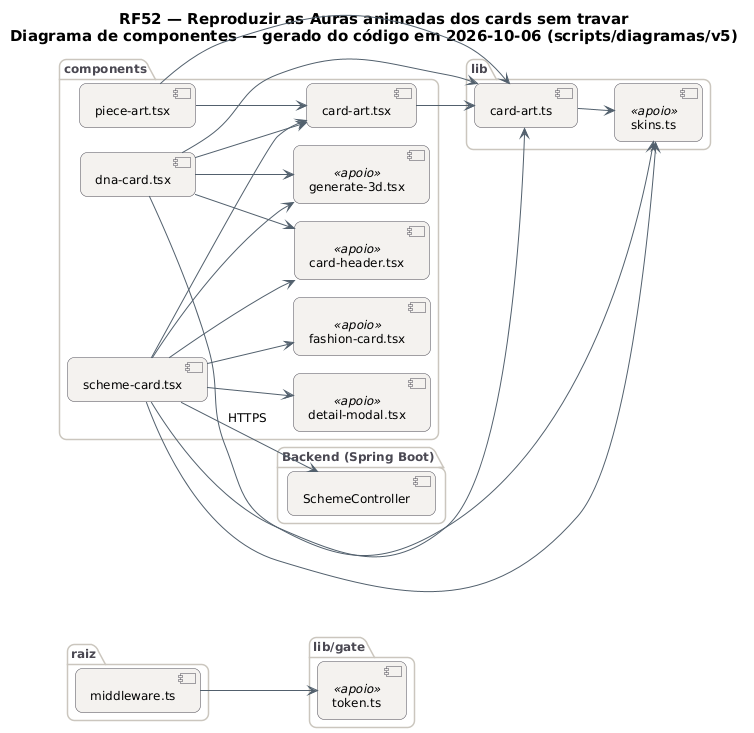
MatheusHaliski/tcc-2026-fashion-ai-backend keeps this PlantUML diagram as docs/diagramas/RF52/RF52_Componentes.png. Above is the earlier version.
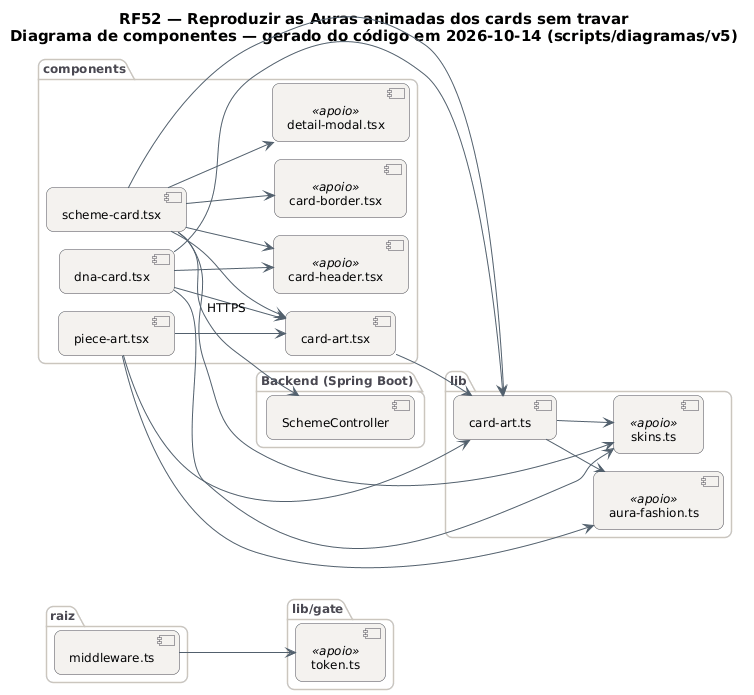
After the commit.

Change to the diagram source:
```diff
@@ -29,13 +29,14 @@
   BorderColor #4A4852
 }
 left to right direction
-title RF52 — Reproduzir as Auras animadas dos cards sem travar\nDiagrama de componentes — gerado do código em 2026-10-06 (scripts/diagramas/v5)
+title RF52 — Reproduzir as Auras animadas dos cards sem travar\nDiagrama de componentes — gerado do código em 2026-10-14 (scripts/diagramas/v5)
 
 package "raiz" {
   component "middleware.ts" as m_middleware_ts
 }
 package "lib" {
   component "card-art.ts" as m_lib_card_art_ts
+  component "aura-fashion.ts" as m_lib_aura_fashion_ts <<apoio>>
   component "skins.ts" as m_lib_skins_ts <<apoio>>
 }
 package "components" {
@@ -43,10 +44,9 @@
   component "scheme-card.tsx" as m_components_scheme_card_tsx
   component "dna-card.tsx" as m_components_dna_card_tsx
   component "piece-art.tsx" as m_components_piece_art_tsx
+  component "card-border.tsx" as m_components_card_border_tsx <<apoio>>
   component "card-header.tsx" as m_components_card_header_tsx <<apoio>>
   component "detail-modal.tsx" as m_components_detail_modal_tsx <<apoio>>
-  component "fashion-card.tsx" as m_components_fashion_card_tsx <<apoio>>
-  component "generate-3d.tsx" as m_components_generate_3d_tsx <<apoio>>
 }
 package "lib/gate" {
   component "token.ts" as m_lib_gate_token_ts <<apoio>>
@@ -57,19 +57,19 @@
 m_components_card_art_tsx --> m_lib_card_art_ts
 m_components_dna_card_tsx --> m_components_card_art_tsx
 m_components_dna_card_tsx --> m_components_card_header_tsx
-m_components_dna_card_tsx --> m_components_generate_3d_tsx
 m_components_dna_card_tsx --> m_lib_card_art_ts
 m_components_dna_card_tsx --> m_lib_skins_ts
 m_components_piece_art_tsx --> m_components_card_art_tsx
+m_components_piece_art_tsx --> m_lib_aura_fashion_ts
 m_components_piece_art_tsx --> m_lib_card_art_ts
 m_components_scheme_card_tsx --> SchemeController : HTTPS
 m_components_scheme_card_tsx --> m_components_card_art_tsx
+m_components_scheme_card_tsx --> m_components_card_border_tsx
 m_components_scheme_card_tsx --> m_components_card_header_tsx
 m_components_scheme_card_tsx --> m_components_detail_modal_tsx
-m_components_scheme_card_tsx --> m_components_fashion_card_tsx
-m_components_scheme_card_tsx --> m_components_generate_3d_tsx
 m_components_scheme_card_tsx --> m_lib_card_art_ts
 m_components_scheme_card_tsx --> m_lib_skins_ts
+m_lib_card_art_ts --> m_lib_aura_fashion_ts
 m_lib_card_art_ts --> m_lib_skins_ts
 m_middleware_ts --> m_lib_gate_token_ts
 @enduml
```
